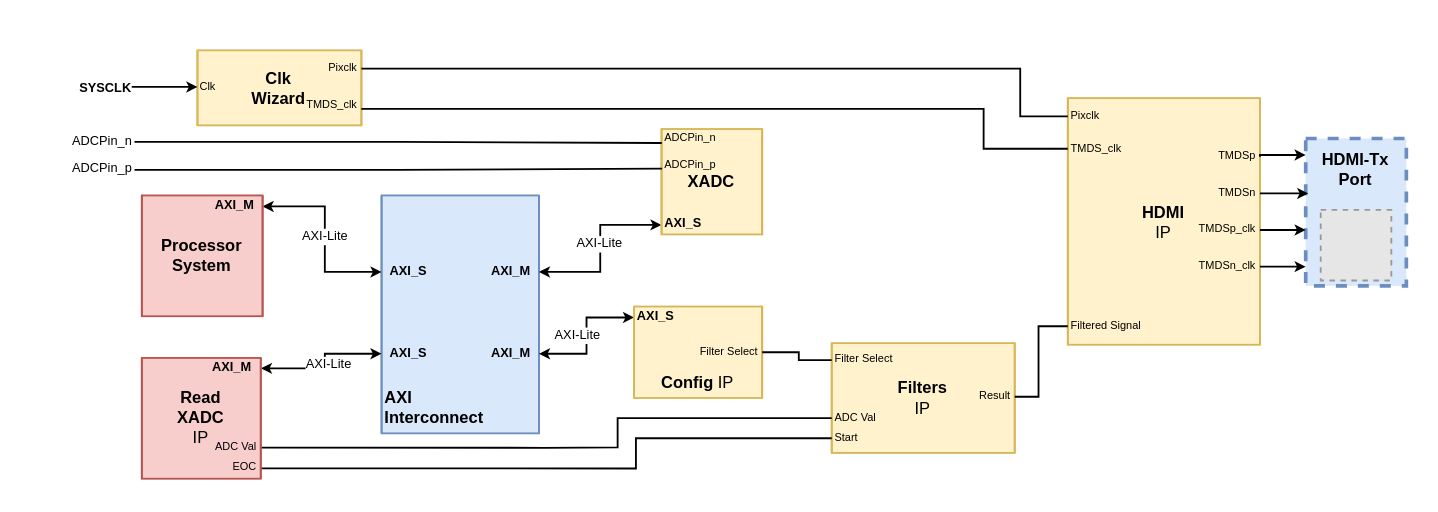
Before: page "BlockDiagram" (7 of 7) of design/BlockDiagram.drawio in ESRGgroup9/oscilloscope_fpga, a draw.io diagram. Source tidied: cells renumbered, new cells numbered last; positions are measured from the earlier drawing's top-left corner, leaving out a move shared by most shapes. Both pictures are drawn from the tidied source at 183%, with x=0, y=0 at pixel (42, 49). Pictures stored in the file or linked from it are replaced by grey dashed boxes.
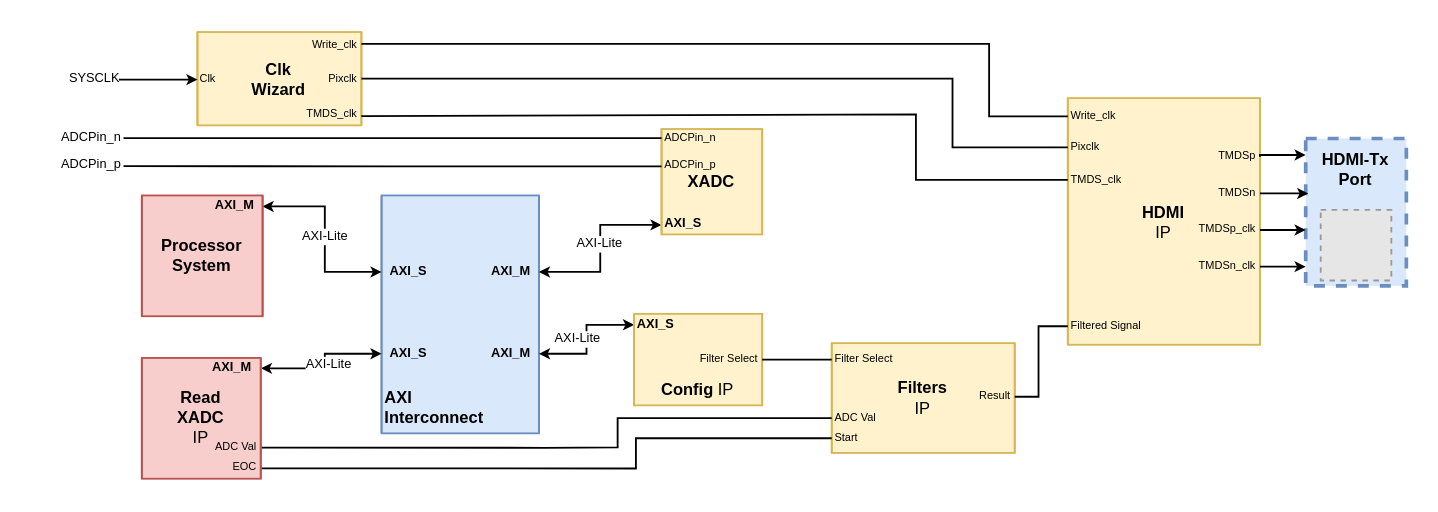
The same page after the edit.

The change refers to these unchanged cells:
```xml
<mxCell id="37" value="&lt;div&gt;XADC&lt;/div&gt;" style="shape=process;whiteSpace=wrap;html=1;backgroundOutline=1;fontSize=9;strokeColor=#d6b656;fillColor=#fff2cc;size=0;fontStyle=1;" parent="36" vertex="1">
  <mxGeometry width="55" height="57.6" as="geometry" />
</mxCell>
<mxCell id="39" value="ADCPin_n" style="text;html=1;align=left;verticalAlign=middle;points=[];strokeColor=none;fillColor=none;fontSize=6;" parent="36" vertex="1">
  <mxGeometry width="40" height="10" as="geometry" />
</mxCell>
<mxCell id="40" value="ADCPin_p" style="text;html=1;align=left;verticalAlign=middle;points=[];strokeColor=none;fillColor=none;fontSize=6;" parent="36" vertex="1">
  <mxGeometry y="15.4" width="40" height="10" as="geometry" />
</mxCell>
<mxCell id="48" value="Filter Select" style="text;html=1;strokeColor=none;fillColor=none;align=left;verticalAlign=middle;whiteSpace=wrap;rounded=0;fontSize=6;" parent="46" vertex="1">
  <mxGeometry y="-0.7" width="40" height="20" as="geometry" />
</mxCell>
<mxCell id="55" value="Filter Select" style="text;html=1;strokeColor=none;fillColor=none;align=right;verticalAlign=middle;whiteSpace=wrap;rounded=0;fontSize=6;" parent="52" vertex="1">
  <mxGeometry x="30" y="15" width="40" height="20" as="geometry" />
</mxCell>
```

Change to the diagram source:
```diff
@@
     <mxCell id="6" value="TMDS_clk" style="text;html=1;strokeColor=none;fillColor=none;align=left;verticalAlign=middle;whiteSpace=wrap;rounded=0;fontSize=6;" parent="1" vertex="1">
-      <mxGeometry x="560" y="43.8" width="20" height="20" as="geometry" />
+      <mxGeometry x="560" y="60.8" width="20" height="20" as="geometry" />
     </mxCell>
     <mxCell id="7" value="&lt;div&gt;Clk&lt;/div&gt;&lt;div&gt;Wizard&lt;/div&gt;" style="shape=process;whiteSpace=wrap;html=1;backgroundOutline=1;fontSize=9;strokeColor=#d6b656;fillColor=#fff2cc;size=0;fontStyle=1;" parent="1" vertex="1">
-      <mxGeometry x="84.4" width="89.6" height="41" as="geometry" />
+      <mxGeometry x="84.4" y="-10" width="89.6" height="51" as="geometry" />
     </mxCell>
     <mxCell id="8" style="edgeStyle=orthogonalEdgeStyle;rounded=0;jettySize=auto;html=1;exitX=0;exitY=0.5;exitDx=0;exitDy=0;fontSize=5;startArrow=classic;startFill=1;endArrow=none;endFill=0;startSize=3;endSize=3;" parent="1" edge="1" source="10">
       <mxGeometry relative="1" as="geometry">
         <mxPoint x="34.4" y="20" as="targetPoint" />
+        <Array as="points">
+          <mxPoint x="34" y="16" />
+        </Array>
       </mxGeometry>
     </mxCell>
-    <mxCell id="9" value="SYSCLK" style="edgeLabel;html=1;align=center;verticalAlign=middle;fontSize=7;fontStyle=1;" parent="8" vertex="1">
+    <mxCell id="9" value="SYSCLK" style="edgeLabel;html=1;align=center;verticalAlign=middle;fontSize=7;fontStyle=0;" parent="8" vertex="1">
       <mxGeometry x="0.89" relative="1" as="geometry">
-        <mxPoint x="-3" as="offset" />
+        <mxPoint x="-7" y="-1" as="offset" />
       </mxGeometry>
     </mxCell>
     <mxCell id="10" value="Clk" style="text;html=1;strokeColor=none;fillColor=none;align=left;verticalAlign=middle;whiteSpace=wrap;rounded=0;fontSize=6;" parent="1" vertex="1">
-      <mxGeometry x="84.4" y="10" width="20" height="20" as="geometry" />
+      <mxGeometry x="84.4" y="6" width="20" height="20" as="geometry" />
     </mxCell>
-    <mxCell id="11" style="edgeStyle=orthogonalEdgeStyle;rounded=0;jettySize=auto;html=1;exitX=1;exitY=0.5;exitDx=0;exitDy=0;entryX=0;entryY=0.5;entryDx=0;entryDy=0;startArrow=none;startFill=0;startSize=3;endSize=3;endArrow=none;endFill=0;" parent="1" edge="1" source="12" target="15">
+    <mxCell id="11" style="edgeStyle=orthogonalEdgeStyle;rounded=0;jettySize=auto;html=1;exitX=1;exitY=0.5;exitDx=0;exitDy=0;entryX=0;entryY=0.5;entryDx=0;entryDy=0;endArrow=none;endFill=0;" parent="1" edge="1" source="12" target="15">
       <mxGeometry relative="1" as="geometry">
         <Array as="points">
-          <mxPoint x="534" y="10" />
-          <mxPoint x="534" y="36" />
+          <mxPoint x="497" y="16" />
+          <mxPoint x="497" y="53" />
         </Array>
       </mxGeometry>
     </mxCell>
     <mxCell id="12" value="Pixclk" style="text;html=1;strokeColor=none;fillColor=none;align=right;verticalAlign=middle;whiteSpace=wrap;rounded=0;fontSize=6;" parent="1" vertex="1">
-      <mxGeometry x="154" width="20" height="20" as="geometry" />
+      <mxGeometry x="154" y="9" width="20" height="13" as="geometry" />
     </mxCell>
     <mxCell id="13" style="edgeStyle=orthogonalEdgeStyle;rounded=0;jettySize=auto;html=1;exitX=0.997;exitY=0.599;exitDx=0;exitDy=0;entryX=0;entryY=0.5;entryDx=0;entryDy=0;fontSize=9;endSize=3;exitPerimeter=0;endArrow=none;endFill=0;" parent="1" edge="1" source="14" target="6">
       <mxGeometry relative="1" as="geometry">
         <Array as="points">
-          <mxPoint x="514" y="32" />
-          <mxPoint x="514" y="53" />
+          <mxPoint x="477" y="35" />
+          <mxPoint x="477" y="70" />
+          <mxPoint x="560" y="70" />
         </Array>
       </mxGeometry>
     </mxCell>
     <mxCell id="14" value="TMDS_clk" style="text;html=1;strokeColor=none;fillColor=none;align=right;verticalAlign=middle;whiteSpace=wrap;rounded=0;fontSize=6;" parent="1" vertex="1">
-      <mxGeometry x="154" y="20" width="20" height="20" as="geometry" />
+      <mxGeometry x="154" y="30" width="20" height="10" as="geometry" />
     </mxCell>
     <mxCell id="15" value="Pixclk" style="text;html=1;strokeColor=none;fillColor=none;align=left;verticalAlign=middle;whiteSpace=wrap;rounded=0;fontSize=6;" parent="1" vertex="1">
-      <mxGeometry x="560" y="26.1" width="20" height="20" as="geometry" />
+      <mxGeometry x="560" y="43" width="20" height="20" as="geometry" />
     </mxCell>
@@
-    <mxCell id="41" style="edgeStyle=orthogonalEdgeStyle;rounded=0;jettySize=auto;html=1;entryX=0.002;entryY=0.133;entryDx=0;entryDy=0;entryPerimeter=0;labelBackgroundColor=default;fontSize=7;startArrow=none;startFill=0;startSize=3;endSize=3;endArrow=none;endFill=0;" parent="1" edge="1" source="42" target="37">
-      <mxGeometry relative="1" as="geometry" />
-    </mxCell>
     <mxCell id="42" value="ADCPin_n" style="text;html=1;align=right;verticalAlign=middle;points=[];strokeColor=none;fillColor=none;fontSize=7;" parent="1" vertex="1">
-      <mxGeometry y="45" width="50" height="10" as="geometry" />
+      <mxGeometry x="-6" y="43" width="50" height="10" as="geometry" />
     </mxCell>
-    <mxCell id="43" style="edgeStyle=orthogonalEdgeStyle;rounded=0;jettySize=auto;html=1;entryX=0.006;entryY=0.376;entryDx=0;entryDy=0;entryPerimeter=0;labelBackgroundColor=default;fontSize=7;startArrow=none;startFill=0;startSize=3;endSize=3;endArrow=none;endFill=0;" parent="1" edge="1" source="44" target="37">
-      <mxGeometry relative="1" as="geometry" />
-    </mxCell>
     <mxCell id="44" value="ADCPin_p" style="text;html=1;align=right;verticalAlign=middle;points=[];strokeColor=none;fillColor=none;fontSize=7;" parent="1" vertex="1">
-      <mxGeometry y="60.3" width="50" height="10" as="geometry" />
+      <mxGeometry x="-6" y="58.3" width="50" height="10" as="geometry" />
     </mxCell>
@@
     <mxCell id="52" style="group;" parent="1" vertex="1">
-      <mxGeometry x="323" y="140" width="70" height="50" as="geometry" />
+      <mxGeometry x="323" y="144" width="70" height="50" as="geometry" />
     </mxCell>
@@
-    <mxCell id="56" style="edgeStyle=orthogonalEdgeStyle;rounded=0;jettySize=auto;html=1;entryX=0;entryY=0.5;entryDx=0;entryDy=0;labelBackgroundColor=default;fontSize=6;startArrow=none;startFill=0;startSize=3;endSize=3;endArrow=none;endFill=0;" parent="1" edge="1" source="55" target="48">
-      <mxGeometry relative="1" as="geometry" />
-    </mxCell>
@@
+    <mxCell id="65" style="edgeStyle=orthogonalEdgeStyle;rounded=0;jettySize=auto;html=1;exitX=1;exitY=0.5;exitDx=0;exitDy=0;entryX=0;entryY=0.5;entryDx=0;entryDy=0;endArrow=none;endFill=0;" parent="1" edge="1" source="66" target="67">
+      <mxGeometry relative="1" as="geometry">
+        <Array as="points">
+          <mxPoint x="517" y="-3" />
+          <mxPoint x="517" y="36" />
+        </Array>
+      </mxGeometry>
+    </mxCell>
+    <mxCell id="66" value="Write_clk" style="text;html=1;align=right;verticalAlign=middle;whiteSpace=wrap;rounded=0;fontSize=6;" parent="1" vertex="1">
+      <mxGeometry x="154" y="-10" width="20" height="13" as="geometry" />
+    </mxCell>
+    <mxCell id="67" value="Write_clk" style="text;html=1;strokeColor=none;fillColor=none;align=left;verticalAlign=middle;whiteSpace=wrap;rounded=0;fontSize=6;" parent="1" vertex="1">
+      <mxGeometry x="560" y="26.1" width="20" height="20" as="geometry" />
+    </mxCell>
+    <mxCell id="56" style="edgeStyle=orthogonalEdgeStyle;rounded=0;jettySize=auto;html=1;exitX=1;exitY=0.5;exitDx=0;exitDy=0;entryX=0;entryY=0.5;entryDx=0;entryDy=0;endArrow=none;endFill=0;" parent="1" edge="1" source="55" target="48">
+      <mxGeometry relative="1" as="geometry" />
+    </mxCell>
+    <mxCell id="68" style="edgeStyle=orthogonalEdgeStyle;rounded=0;jettySize=auto;html=1;endArrow=none;endFill=0;" parent="1" edge="1" source="39" target="42">
+      <mxGeometry relative="1" as="geometry" />
+    </mxCell>
+    <mxCell id="69" style="edgeStyle=orthogonalEdgeStyle;rounded=0;jettySize=auto;html=1;endArrow=none;endFill=0;" parent="1" edge="1" source="40" target="44">
+      <mxGeometry relative="1" as="geometry" />
+    </mxCell>
```
